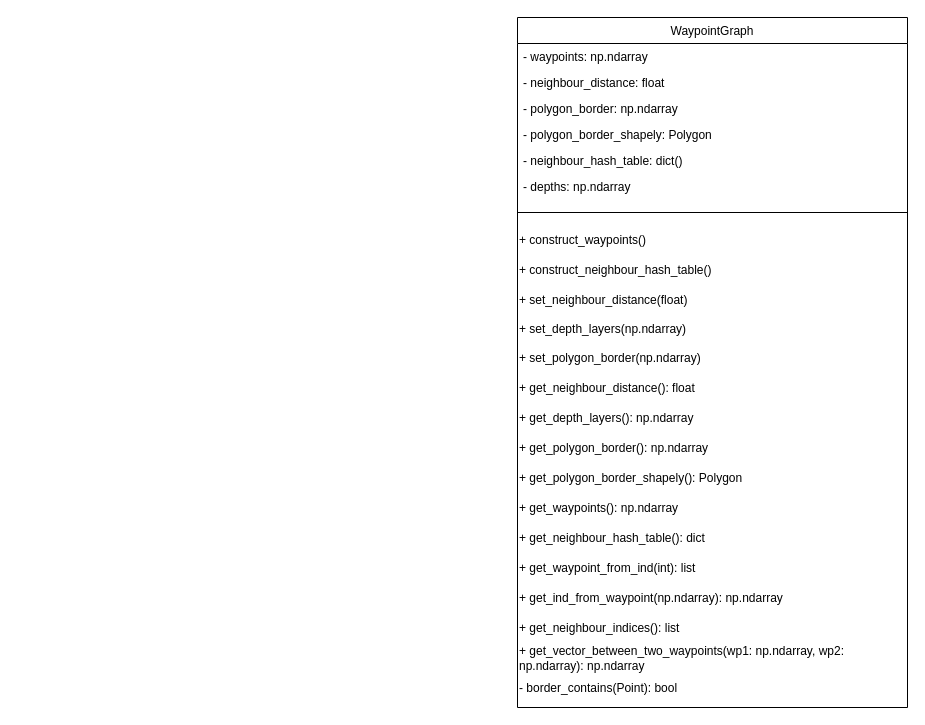
The draw.io diagram SystemDesign/Class/OP3_GRF.drawio in MASCOT-NTNU/OASIS, before the edit. Source tidied: cells renumbered, new cells numbered last; positions are measured from the earlier drawing's top-left corner, leaving out a move shared by most shapes. Both pictures are drawn from the tidied source at 100%, with x=0, y=0 at pixel (517, 17).
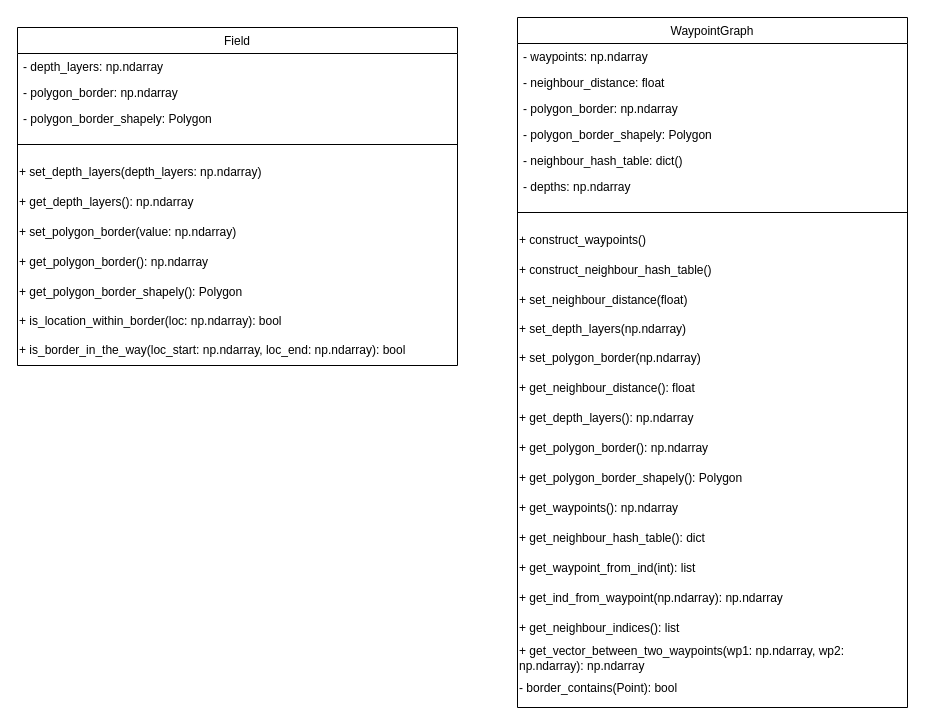
Above is the later version.

The edit, as a diff of the source:
```diff
@@
+    <mxCell id="26" value="Field" style="swimlane;fontStyle=0;align=center;verticalAlign=top;horizontal=1;startSize=26;rounded=0;shadow=0;strokeWidth=1;" parent="1" vertex="1">
+      <mxGeometry x="-500" y="10" width="440" height="338" as="geometry" />
+    </mxCell>
+    <mxCell id="27" value="- depth_layers: np.ndarray" style="text;align=left;verticalAlign=top;spacingLeft=4;spacingRight=4;overflow=hidden;rounded=0;shadow=0;html=0;" parent="26" vertex="1">
+      <mxGeometry y="26" width="440" height="26" as="geometry" />
+    </mxCell>
+    <mxCell id="28" value="- polygon_border: np.ndarray" style="text;align=left;verticalAlign=top;spacingLeft=4;spacingRight=4;overflow=hidden;rounded=0;shadow=0;html=0;" parent="26" vertex="1">
+      <mxGeometry y="52" width="440" height="26" as="geometry" />
+    </mxCell>
+    <mxCell id="29" value="- polygon_border_shapely: Polygon" style="text;align=left;verticalAlign=top;spacingLeft=4;spacingRight=4;overflow=hidden;rounded=0;shadow=0;html=0;" parent="26" vertex="1">
+      <mxGeometry y="78" width="440" height="26" as="geometry" />
+    </mxCell>
+    <mxCell id="30" style="line;html=1;strokeWidth=1;align=left;verticalAlign=middle;spacingTop=-1;spacingLeft=3;spacingRight=3;labelPosition=right;" parent="26" vertex="1">
+      <mxGeometry y="104" width="440" height="26" as="geometry" />
+    </mxCell>
+    <mxCell id="31" value="+ set_depth_layers(depth_layers: np.ndarray)" style="text;html=1;strokeColor=none;fillColor=none;align=left;verticalAlign=middle;whiteSpace=wrap;rounded=0;" parent="26" vertex="1">
+      <mxGeometry y="130" width="440" height="30" as="geometry" />
+    </mxCell>
+    <mxCell id="32" value="+ get_depth_layers(): np.ndarray" style="text;html=1;strokeColor=none;fillColor=none;align=left;verticalAlign=middle;whiteSpace=wrap;rounded=0;" parent="26" vertex="1">
+      <mxGeometry y="160" width="440" height="30" as="geometry" />
+    </mxCell>
+    <mxCell id="33" value="+ set_polygon_border(value: np.ndarray)" style="text;html=1;strokeColor=none;fillColor=none;align=left;verticalAlign=middle;whiteSpace=wrap;rounded=0;" parent="26" vertex="1">
+      <mxGeometry y="190" width="440" height="30" as="geometry" />
+    </mxCell>
+    <mxCell id="34" value="+ get_polygon_border(): np.ndarray" style="text;html=1;strokeColor=none;fillColor=none;align=left;verticalAlign=middle;whiteSpace=wrap;rounded=0;" parent="26" vertex="1">
+      <mxGeometry y="220" width="440" height="30" as="geometry" />
+    </mxCell>
+    <mxCell id="35" value="+ get_polygon_border_shapely(): Polygon" style="text;html=1;strokeColor=none;fillColor=none;align=left;verticalAlign=middle;whiteSpace=wrap;rounded=0;" parent="26" vertex="1">
+      <mxGeometry y="250" width="440" height="30" as="geometry" />
+    </mxCell>
+    <mxCell id="36" value="+ is_location_within_border(loc: np.ndarray): bool" style="text;html=1;strokeColor=none;fillColor=none;align=left;verticalAlign=middle;whiteSpace=wrap;rounded=0;" parent="26" vertex="1">
+      <mxGeometry y="280" width="440" height="28" as="geometry" />
+    </mxCell>
+    <mxCell id="37" value="+ is_border_in_the_way(loc_start: np.ndarray, loc_end: np.ndarray): bool" style="text;html=1;strokeColor=none;fillColor=none;align=left;verticalAlign=middle;whiteSpace=wrap;rounded=0;" parent="26" vertex="1">
+      <mxGeometry y="308" width="440" height="30" as="geometry" />
+    </mxCell>
```
